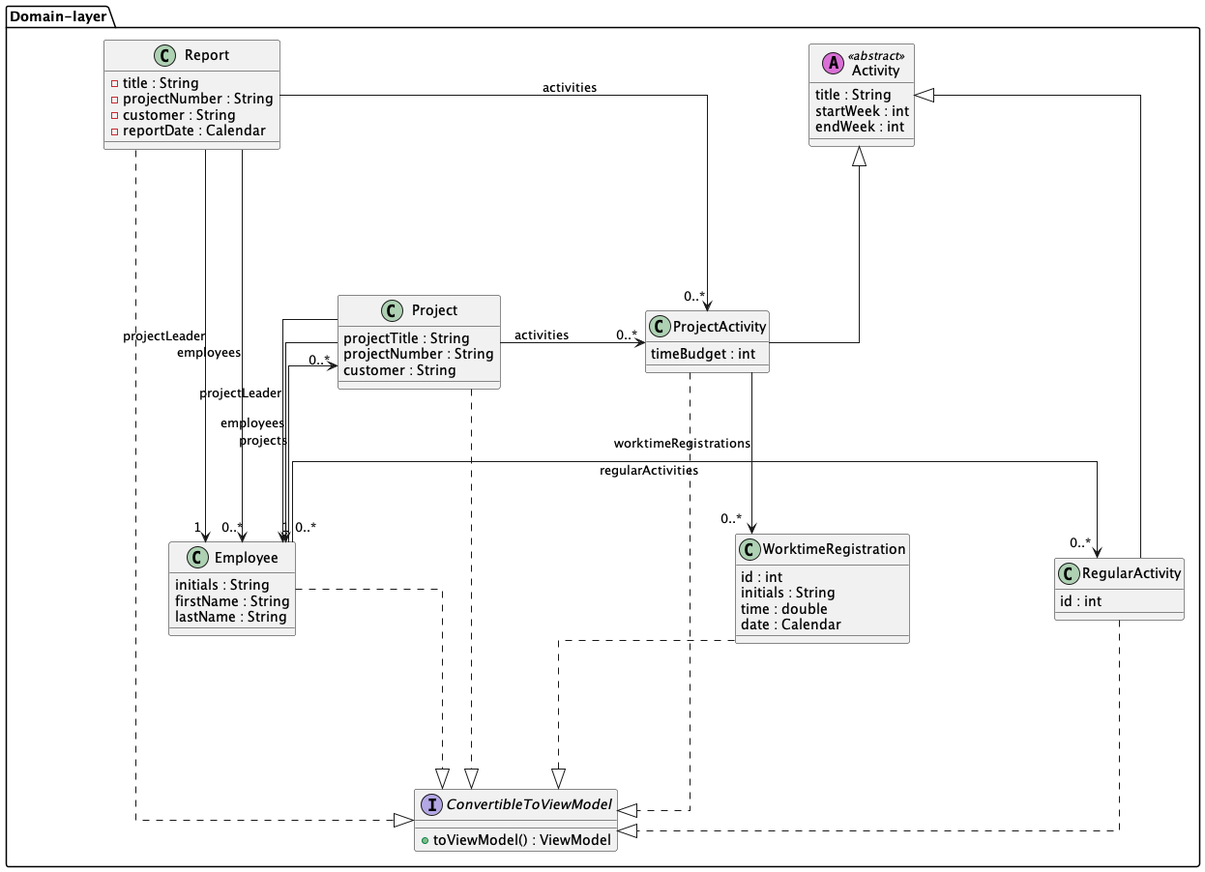
rwiuff/02161ExamProject keeps this PlantUML diagram as TaskFusion/out/assets/diagrams/class_persistency_domain/ClassDiagram_domain.png. Above is the earlier version.
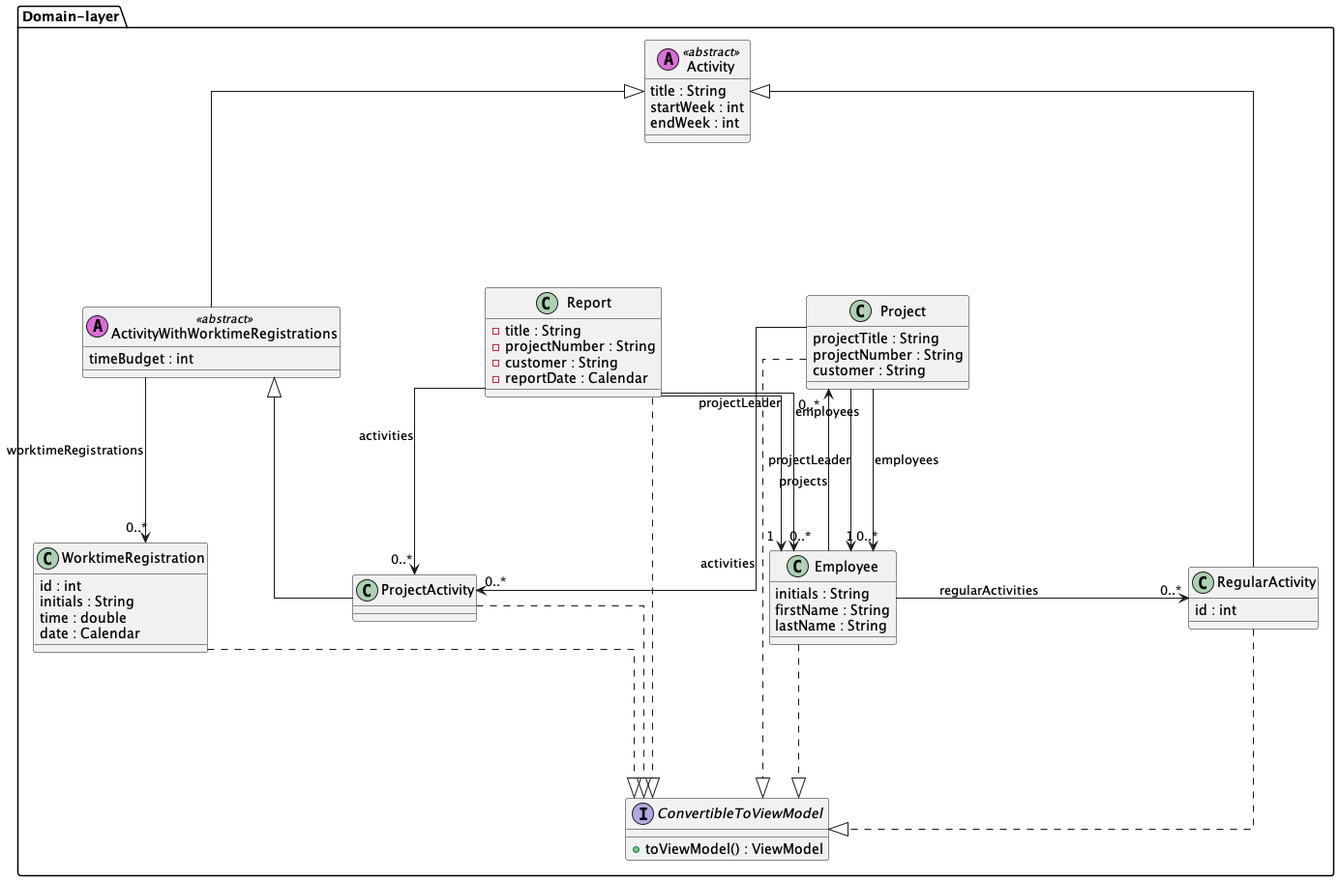
After the change.

Change to the diagram source:
```diff
@@ -24,7 +24,6 @@
     }
 
     class ProjectActivity{
-        timeBudget : int
     }
 
     class Activity <<(A, orchid)abstract>>{
@@ -34,6 +33,10 @@
     }
     class RegularActivity{
         id : int
+    }
+
+    class ActivityWithWorktimeRegistrations <<(A, orchid)abstract>> {
+        timeBudget : int
     }
 
     class Employee{
@@ -51,9 +54,10 @@
 
 }
 
-
-Activity <|-- ProjectActivity
-Activity <|- RegularActivity
+Activity <|-- ActivityWithWorktimeRegistrations
+ActivityWithWorktimeRegistrations <|-- ProjectActivity
+Activity <|-- RegularActivity
+ActivityWithWorktimeRegistrations -->"0..*" WorktimeRegistration : worktimeRegistrations
 
 Project --> "1" Employee : projectLeader
 Project --> "0..*" Employee : employees
@@ -65,7 +69,6 @@
 Report --> "0..*" Employee : employees
 Report --> "0..*" ProjectActivity : activities
 
-ProjectActivity --> "0..*" WorktimeRegistration : worktimeRegistrations
 
 Project ..|> ConvertibleToViewModel
 Employee ..|> ConvertibleToViewModel
```
